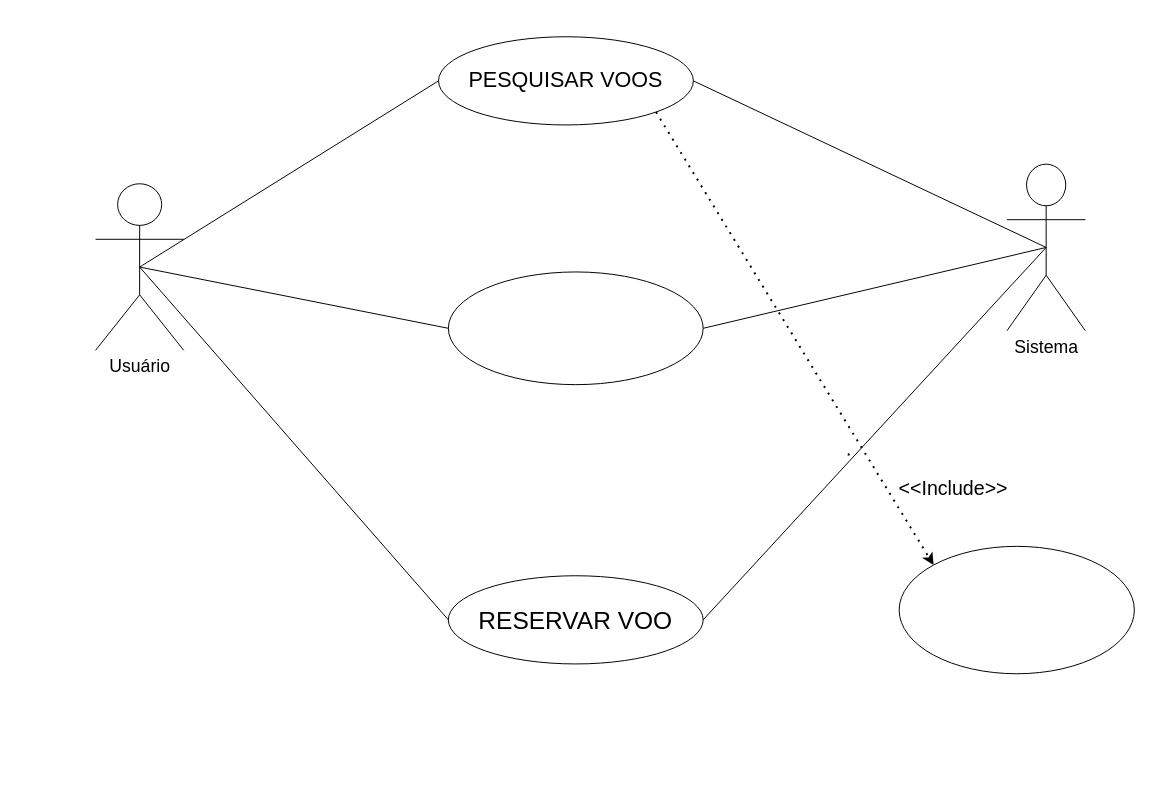
Earlier version of the draw.io diagram Diagrama sem nome.drawio (sthevaolol/Draw.io). Source tidied: cells renumbered, new cells numbered last; positions are measured from the earlier drawing's top-left corner, leaving out a move shared by most shapes. Both pictures are drawn from the tidied source at 98%, with x=0, y=0 at pixel (95, 36).
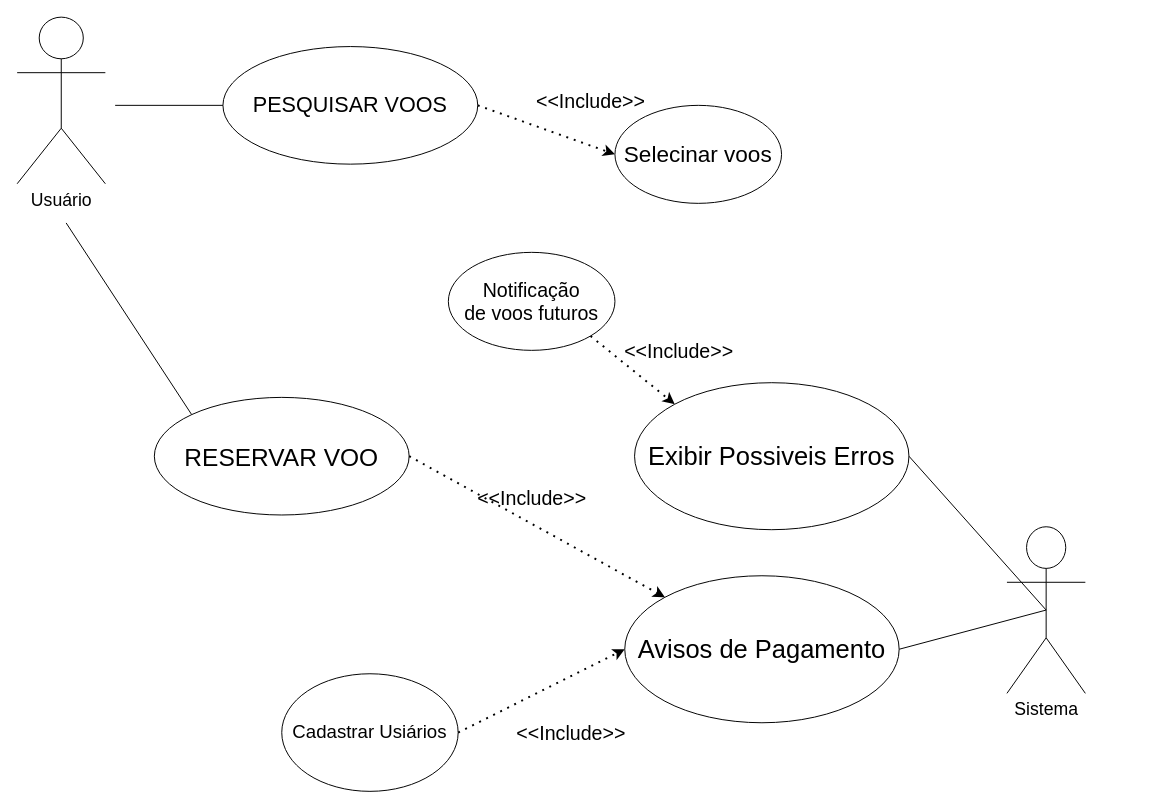
The same diagram, later.

Change to the diagram source:
```diff
@@
     <mxCell id="2" value="&lt;font style=&quot;font-size: 18px;&quot;&gt;Usuário&lt;/font&gt;" style="shape=umlActor;verticalLabelPosition=bottom;verticalAlign=top;html=1;outlineConnect=0;" parent="1" vertex="1">
-      <mxGeometry y="150" width="90" height="170" as="geometry" />
+      <mxGeometry x="-80" y="-20" width="90" height="170" as="geometry" />
     </mxCell>
     <mxCell id="3" value="&lt;font style=&quot;font-size: 18px;&quot;&gt;Sistema&lt;/font&gt;" style="shape=umlActor;verticalLabelPosition=bottom;verticalAlign=top;html=1;outlineConnect=0;" parent="1" vertex="1">
-      <mxGeometry x="930" y="130" width="80" height="170" as="geometry" />
+      <mxGeometry x="930" y="500" width="80" height="170" as="geometry" />
     </mxCell>
     <mxCell id="4" value="&lt;font style=&quot;font-size: 22px;&quot;&gt;PESQUISAR VOOS&lt;/font&gt;" style="ellipse;whiteSpace=wrap;html=1;" parent="1" vertex="1">
-      <mxGeometry x="350" width="260" height="90" as="geometry" />
+      <mxGeometry x="130" y="10" width="260" height="120" as="geometry" />
     </mxCell>
     <mxCell id="5" value="&lt;font style=&quot;font-size: 25px;&quot;&gt;RESERVAR VOO&lt;/font&gt;" style="ellipse;whiteSpace=wrap;html=1;" parent="1" vertex="1">
-      <mxGeometry x="360" y="550" width="260" height="90" as="geometry" />
+      <mxGeometry x="60" y="368" width="260" height="120" as="geometry" />
     </mxCell>
-    <mxCell id="6" style="ellipse;whiteSpace=wrap;html=1;" parent="1" vertex="1">
-      <mxGeometry x="820" y="520" width="240" height="130" as="geometry" />
+    <mxCell id="6" value="&lt;font style=&quot;font-size: 23px;&quot;&gt;Selecinar voos&lt;/font&gt;" style="ellipse;whiteSpace=wrap;html=1;" parent="1" vertex="1">
+      <mxGeometry x="530" y="70" width="170" height="100" as="geometry" />
     </mxCell>
-    <mxCell id="7" style="endArrow=none;html=1;rounded=0;exitX=0;exitY=0.5;exitDx=0;exitDy=0;entryX=0.5;entryY=0.5;entryDx=0;entryDy=0;entryPerimeter=0;" parent="1" edge="1" source="5" target="2">
-      <mxGeometry relative="1" as="geometry" />
+    <mxCell id="7" style="endArrow=none;html=1;rounded=0;exitX=0;exitY=0;exitDx=0;exitDy=0;" parent="1" edge="1" source="5">
+      <mxGeometry relative="1" as="geometry">
+        <mxPoint x="-30" y="190" as="targetPoint" />
+      </mxGeometry>
     </mxCell>
-    <mxCell id="8" style="endArrow=none;html=1;rounded=0;exitX=0.5;exitY=0.5;exitDx=0;exitDy=0;exitPerimeter=0;entryX=0;entryY=0.5;entryDx=0;entryDy=0;" parent="1" edge="1" source="2" target="4">
-      <mxGeometry relative="1" as="geometry" />
+    <mxCell id="8" style="endArrow=none;html=1;rounded=0;entryX=0;entryY=0.5;entryDx=0;entryDy=0;" parent="1" edge="1" target="4">
+      <mxGeometry relative="1" as="geometry">
+        <mxPoint x="20" y="70" as="sourcePoint" />
+      </mxGeometry>
     </mxCell>
@@
-    <mxCell id="10" style="endArrow=none;html=1;rounded=0;entryX=1;entryY=0.5;entryDx=0;entryDy=0;exitX=0.5;exitY=0.5;exitDx=0;exitDy=0;exitPerimeter=0;" parent="1" edge="1" source="3" target="4">
-      <mxGeometry relative="1" as="geometry" />
-    </mxCell>
-    <mxCell id="11" style="endArrow=none;html=1;rounded=0;entryX=1;entryY=0.5;entryDx=0;entryDy=0;exitX=0.5;exitY=0.5;exitDx=0;exitDy=0;exitPerimeter=0;" parent="1" edge="1" source="3" target="5">
-      <mxGeometry relative="1" as="geometry" />
-    </mxCell>
     <mxCell id="12" value="&lt;font style=&quot;font-size: 20px;&quot;&gt;&amp;lt;&amp;lt;Include&amp;gt;&amp;gt;&lt;/font&gt;" style="text;html=1;align=center;verticalAlign=middle;strokeColor=none;fillColor=none;" parent="1" vertex="1">
-      <mxGeometry x="810" y="440" width="130" height="40" as="geometry" />
+      <mxGeometry x="440" y="45" width="130" height="40" as="geometry" />
     </mxCell>
-    <mxCell id="13" style="endArrow=classic;dashed=1;html=1;dashPattern=1 3;strokeWidth=2;rounded=0;exitX=1;exitY=1;exitDx=0;exitDy=0;endFill=1;entryX=0;entryY=0;entryDx=0;entryDy=0;" parent="1" edge="1" source="4" target="6">
+    <mxCell id="13" style="endArrow=classic;dashed=1;html=1;dashPattern=1 3;strokeWidth=2;rounded=0;exitX=1;exitY=0.5;exitDx=0;exitDy=0;endFill=1;entryX=0;entryY=0.5;entryDx=0;entryDy=0;" parent="1" edge="1" source="4" target="6">
       <mxGeometry relative="1" as="geometry" />
     </mxCell>
-    <mxCell id="14" style="ellipse;whiteSpace=wrap;html=1;" parent="1" vertex="1">
-      <mxGeometry x="360" y="240" width="260" height="115" as="geometry" />
+    <mxCell id="14" value="&lt;font style=&quot;font-size: 26px;&quot;&gt;Exibir Possiveis Erros&lt;/font&gt;" style="ellipse;whiteSpace=wrap;html=1;" parent="1" vertex="1">
+      <mxGeometry x="550" y="353" width="280" height="150" as="geometry" />
     </mxCell>
-    <mxCell id="15" style="endArrow=none;html=1;rounded=0;exitX=0.5;exitY=0.5;exitDx=0;exitDy=0;exitPerimeter=0;entryX=0;entryY=0.5;entryDx=0;entryDy=0;" parent="1" edge="1" source="2" target="14">
-      <mxGeometry relative="1" as="geometry" />
-    </mxCell>
@@
+    <mxCell id="17" style="endArrow=none;html=1;rounded=0;entryX=1;entryY=0.5;entryDx=0;entryDy=0;exitX=0.5;exitY=0.5;exitDx=0;exitDy=0;exitPerimeter=0;" parent="1" edge="1" source="3" target="18">
+      <mxGeometry relative="1" as="geometry" />
+    </mxCell>
+    <mxCell id="18" value="&lt;font style=&quot;font-size: 26px;&quot;&gt;Avisos de Pagamento&lt;/font&gt;" style="ellipse;whiteSpace=wrap;html=1;" parent="1" vertex="1">
+      <mxGeometry x="540" y="550" width="280" height="150" as="geometry" />
+    </mxCell>
+    <mxCell id="19" value="&lt;font style=&quot;font-size: 19px;&quot;&gt;Cadastrar Usiários&lt;/font&gt;" style="ellipse;whiteSpace=wrap;html=1;" parent="1" vertex="1">
+      <mxGeometry x="190" y="650" width="180" height="120" as="geometry" />
+    </mxCell>
+    <mxCell id="20" style="endArrow=classic;dashed=1;html=1;dashPattern=1 3;strokeWidth=2;rounded=0;endFill=1;exitX=1;exitY=0.5;exitDx=0;exitDy=0;entryX=0;entryY=0.5;entryDx=0;entryDy=0;" parent="1" edge="1" source="19" target="18">
+      <mxGeometry relative="1" as="geometry" />
+    </mxCell>
+    <mxCell id="21" value="&lt;font style=&quot;font-size: 20px;&quot;&gt;&amp;lt;&amp;lt;Include&amp;gt;&amp;gt;&lt;/font&gt;" style="text;html=1;align=center;verticalAlign=middle;strokeColor=none;fillColor=none;" parent="1" vertex="1">
+      <mxGeometry x="420" y="690" width="130" height="40" as="geometry" />
+    </mxCell>
+    <mxCell id="22" style="endArrow=classic;dashed=1;html=1;dashPattern=1 3;strokeWidth=2;rounded=0;endFill=1;entryX=0;entryY=0;entryDx=0;entryDy=0;exitX=1;exitY=0.5;exitDx=0;exitDy=0;" parent="1" edge="1" source="5" target="18">
+      <mxGeometry relative="1" as="geometry" />
+    </mxCell>
+    <mxCell id="23" value="&lt;font style=&quot;font-size: 20px;&quot;&gt;&amp;lt;&amp;lt;Include&amp;gt;&amp;gt;&lt;/font&gt;" style="text;html=1;align=center;verticalAlign=middle;strokeColor=none;fillColor=none;" parent="1" vertex="1">
+      <mxGeometry x="380" y="450" width="130" height="40" as="geometry" />
+    </mxCell>
+    <mxCell id="24" value="&lt;font style=&quot;font-size: 20px;&quot;&gt;Notificação de&amp;nbsp;voos futuros&lt;br&gt;&lt;/font&gt;" style="ellipse;whiteSpace=wrap;html=1;" parent="1" vertex="1">
+      <mxGeometry x="360" y="220" width="170" height="100" as="geometry" />
+    </mxCell>
+    <mxCell id="25" style="endArrow=classic;dashed=1;html=1;dashPattern=1 3;strokeWidth=2;rounded=0;endFill=1;exitX=1;exitY=1;exitDx=0;exitDy=0;entryX=0;entryY=0;entryDx=0;entryDy=0;" parent="1" edge="1" source="24" target="14">
+      <mxGeometry relative="1" as="geometry" />
+    </mxCell>
+    <mxCell id="26" value="&lt;font style=&quot;font-size: 20px;&quot;&gt;&amp;lt;&amp;lt;Include&amp;gt;&amp;gt;&lt;/font&gt;" style="text;html=1;align=center;verticalAlign=middle;strokeColor=none;fillColor=none;" parent="1" vertex="1">
+      <mxGeometry x="530" y="300" width="130" height="40" as="geometry" />
+    </mxCell>
```
